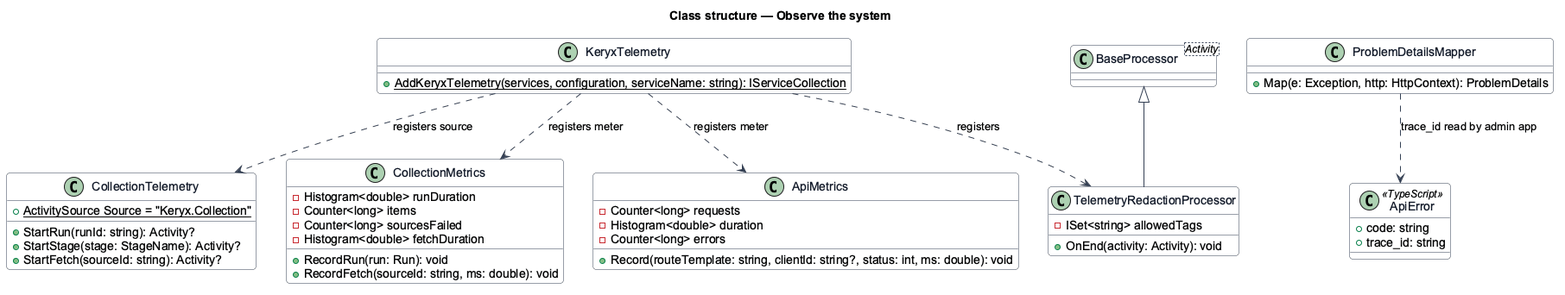
Before: docs/detailed-designs/operations/observe-the-system/diagrams/class-structure.png, a diagram exported from PlantUML (QuinntyneBrown/keryx). Its diagram source:
```plantuml
@startuml
skinparam backgroundColor #FFFFFF
skinparam shadowing false
skinparam roundcorner 8
skinparam defaultFontName Arial
skinparam ArrowColor #344054
skinparam class {
  BorderColor #344054
  FontColor #101828
  BackgroundColor #F9FAFB
}
title Class structure — Observe the system

class KeryxTelemetry {
  +{static} AddKeryxTelemetry(services, configuration, serviceName: string): IServiceCollection
}
class TelemetryRedactionProcessor {
  -ISet<string> allowedTags
  +OnEnd(activity: Activity): void
}
class CollectionTelemetry {
  +{static} ActivitySource Source = "Keryx.Collection"
  +StartRun(runId: string): Activity?
  +StartStage(stage: StageName): Activity?
  +StartFetch(sourceId: string): Activity?
}
class CollectionMetrics {
  -Histogram<double> runDuration
  -Counter<long> items
  -Counter<long> sourcesFailed
  -Histogram<double> fetchDuration
  +RecordRun(run: Run): void
  +RecordFetch(sourceId: string, ms: double): void
}
class ApiMetrics {
  -Counter<long> requests
  -Histogram<double> duration
  -Counter<long> errors
  +Record(routeTemplate: string, clientId: string?, status: int, ms: double): void
}
class ProblemDetailsMapper {
  +Map(e: Exception, http: HttpContext): ProblemDetails
}
class "BaseProcessor<Activity>" as BP
class ApiError <<TypeScript>> {
  +code: string
  +trace_id: string
}

BP <|-- TelemetryRedactionProcessor
KeryxTelemetry ..> TelemetryRedactionProcessor : registers
KeryxTelemetry ..> CollectionTelemetry : registers source
KeryxTelemetry ..> CollectionMetrics : registers meter
KeryxTelemetry ..> ApiMetrics : registers meter
ProblemDetailsMapper ..> ApiError : trace_id read by admin app
@enduml
```
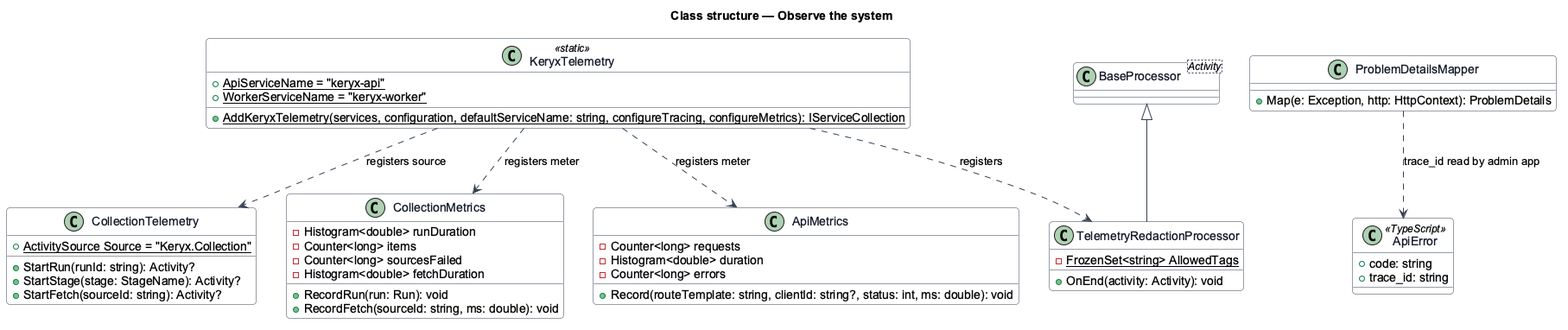
After the commit.

Diff of the diagram source:
```diff
@@ -11,11 +11,13 @@
 }
 title Class structure — Observe the system
 
-class KeryxTelemetry {
-  +{static} AddKeryxTelemetry(services, configuration, serviceName: string): IServiceCollection
+class KeryxTelemetry <<static>> {
+  +{static} ApiServiceName = "keryx-api"
+  +{static} WorkerServiceName = "keryx-worker"
+  +{static} AddKeryxTelemetry(services, configuration, defaultServiceName: string, configureTracing, configureMetrics): IServiceCollection
 }
 class TelemetryRedactionProcessor {
-  -ISet<string> allowedTags
+  -{static} FrozenSet<string> AllowedTags
   +OnEnd(activity: Activity): void
 }
 class CollectionTelemetry {
```
